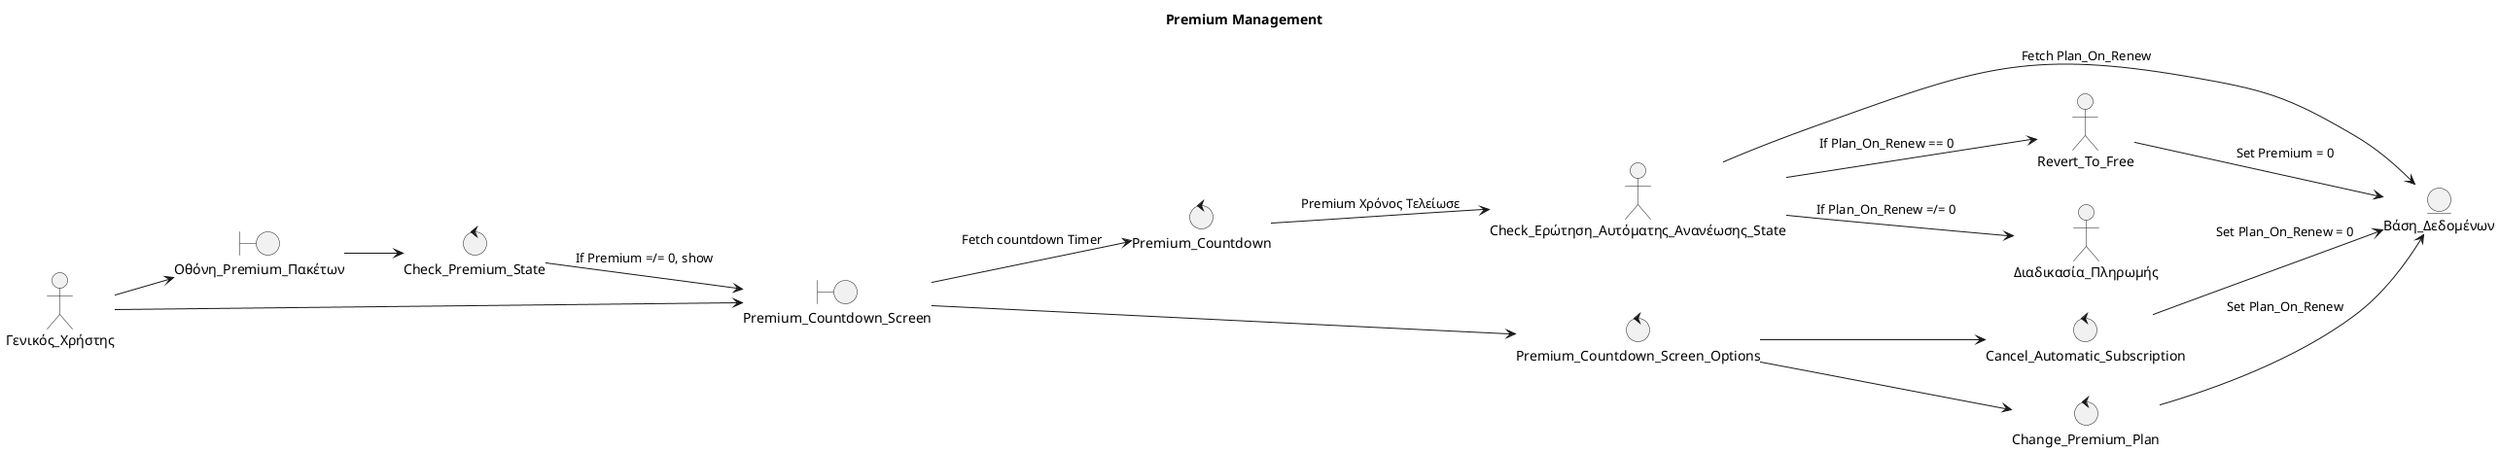
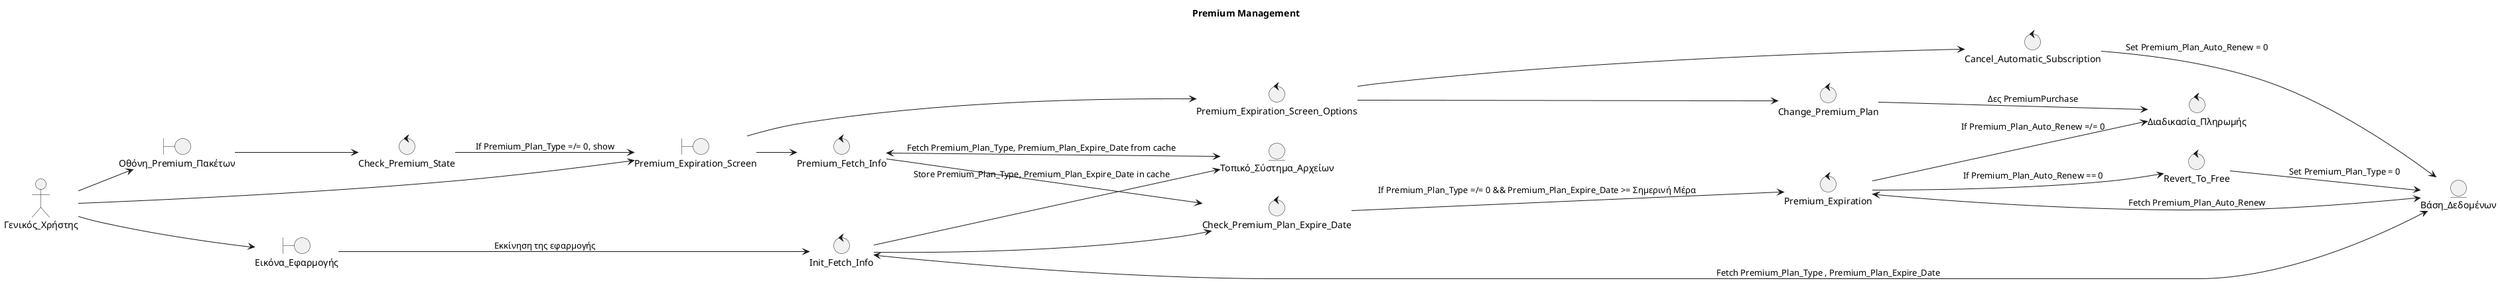
@startuml

title Premium Management

left to right direction

skinparam shadowing false
skinparam roundcorner 10

' =====================================================
' ACTORS
' =====================================================

actor Γενικός_Χρήστης

' =====================================================
' BOUNDARY OBJECTS
' =====================================================

boundary Οθόνη_Premium_Πακέτων
- boundary Premium_Countdown_Screen
- 
+ boundary Premium_Expiration_Screen
+ boundary Εικόνα_Εφαρμογής

' =====================================================
' CONTROL OBJECTS
' =====================================================

- control Premium_Countdown
+ control Premium_Expiration
control Check_Premium_State
- control Premium_Countdown_Screen_Options
+ control Premium_Expiration_Screen_Options
control Cancel_Automatic_Subscription
control Change_Premium_Plan
+ control Διαδικασία_Πληρωμής
+ control Check_Premium_Plan_Expire_Date
+ control Revert_To_Free
+ control Init_Fetch_Info
+ control Premium_Fetch_Info

' =====================================================
' ENTITY OBJECTS
' =====================================================

entity Βάση_Δεδομένων
+ entity Τοπικό_Σύστημα_Αρχείων

' =====================================================
' INTERACTIONS
' =====================================================

- 
Γενικός_Χρήστης --> Οθόνη_Premium_Πακέτων
Οθόνη_Premium_Πακέτων --> Check_Premium_State
- Check_Premium_State --> Premium_Countdown_Screen : If Premium =/= 0, show
- Γενικός_Χρήστης --> Premium_Countdown_Screen
- Premium_Countdown_Screen --> Premium_Countdown : Fetch countdown Timer
- Premium_Countdown_Screen --> Premium_Countdown_Screen_Options
- Premium_Countdown_Screen_Options --> Cancel_Automatic_Subscription
- Cancel_Automatic_Subscription --> Βάση_Δεδομένων : Set Plan_On_Renew = 0
- Premium_Countdown_Screen_Options --> Change_Premium_Plan
- Change_Premium_Plan --> Βάση_Δεδομένων : Set Plan_On_Renew
+ Check_Premium_State --> Premium_Expiration_Screen : If Premium_Plan_Type =/= 0, show
+ Γενικός_Χρήστης --> Premium_Expiration_Screen
+ Premium_Expiration_Screen --> Premium_Fetch_Info
+ Premium_Fetch_Info <--> Τοπικό_Σύστημα_Αρχείων: Fetch Premium_Plan_Type, Premium_Plan_Expire_Date from cache
+ Premium_Fetch_Info --> Check_Premium_Plan_Expire_Date
+ Premium_Expiration_Screen --> Premium_Expiration_Screen_Options
+ Premium_Expiration_Screen_Options --> Cancel_Automatic_Subscription
+ Cancel_Automatic_Subscription --> Βάση_Δεδομένων : Set Premium_Plan_Auto_Renew = 0

- Premium_Countdown --> Check_Ερώτηση_Αυτόματης_Ανανέωσης_State : Premium Χρόνος Τελείωσε
- Check_Ερώτηση_Αυτόματης_Ανανέωσης_State --> Βάση_Δεδομένων : Fetch Plan_On_Renew
- Check_Ερώτηση_Αυτόματης_Ανανέωσης_State --> Revert_To_Free : If Plan_On_Renew == 0
- Check_Ερώτηση_Αυτόματης_Ανανέωσης_State --> Διαδικασία_Πληρωμής : If Plan_On_Renew =/= 0
- Revert_To_Free --> Βάση_Δεδομένων : Set Premium = 0
+ Premium_Expiration_Screen_Options --> Change_Premium_Plan
+ Change_Premium_Plan --> Διαδικασία_Πληρωμής : Δες PremiumPurchase
+ 
+ Γενικός_Χρήστης --> Εικόνα_Εφαρμογής
+ Εικόνα_Εφαρμογής --> Init_Fetch_Info : Εκκίνηση της εφαρμογής
+ Init_Fetch_Info <--> Βάση_Δεδομένων : Fetch Premium_Plan_Type , Premium_Plan_Expire_Date
+ Init_Fetch_Info --> Τοπικό_Σύστημα_Αρχείων : Store Premium_Plan_Type, Premium_Plan_Expire_Date in cache
+ Init_Fetch_Info --> Check_Premium_Plan_Expire_Date
+ Check_Premium_Plan_Expire_Date --> Premium_Expiration : If Premium_Plan_Type =/= 0 && Premium_Plan_Expire_Date >= Σημερινή Μέρα
+ Premium_Expiration <--> Βάση_Δεδομένων : Fetch Premium_Plan_Auto_Renew
+ Premium_Expiration --> Revert_To_Free : If Premium_Plan_Auto_Renew == 0
+ Premium_Expiration --> Διαδικασία_Πληρωμής : If Premium_Plan_Auto_Renew =/= 0
+ Revert_To_Free --> Βάση_Δεδομένων : Set Premium_Plan_Type = 0
+ 
+ 
+ 

@enduml